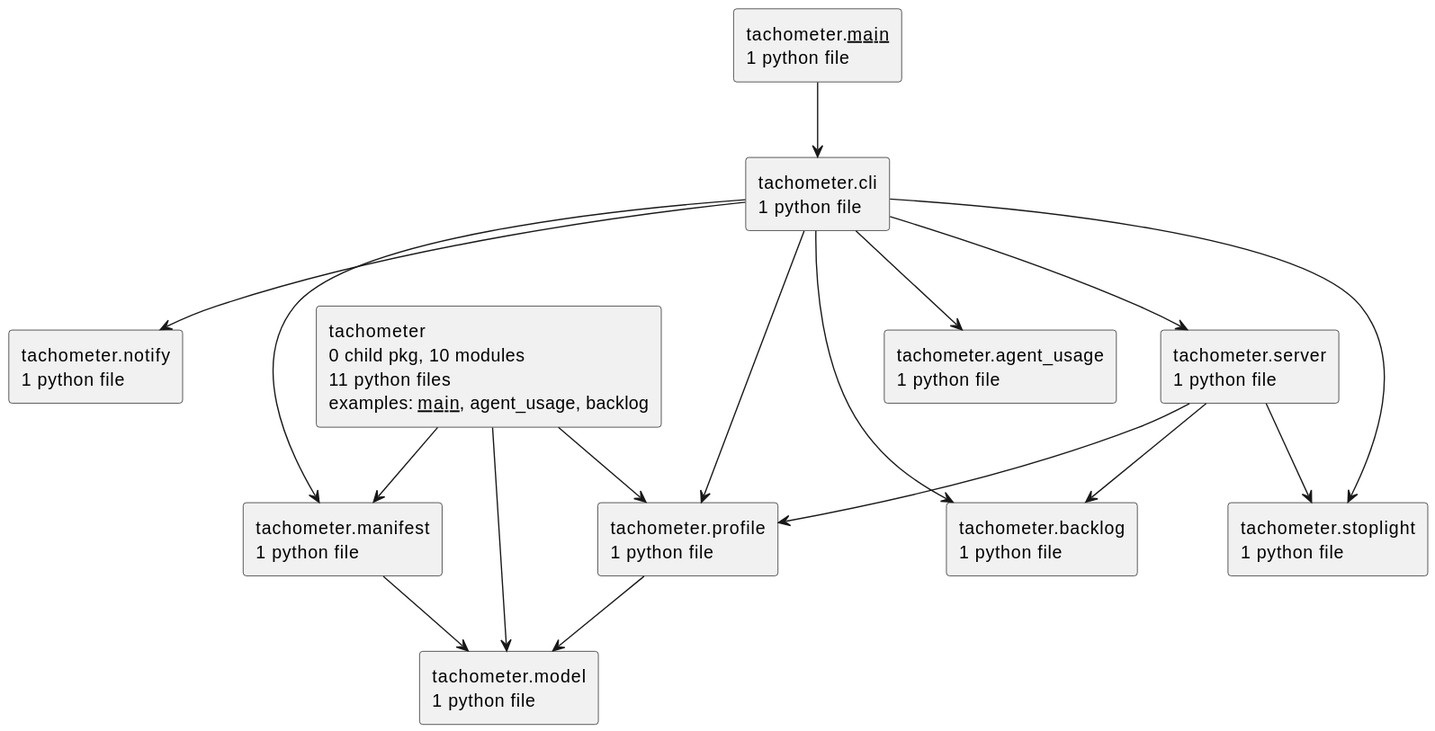
Above: docs/diagrams/python-packages.puml.svg in casonk/tachometer (PlantUML), before the change.
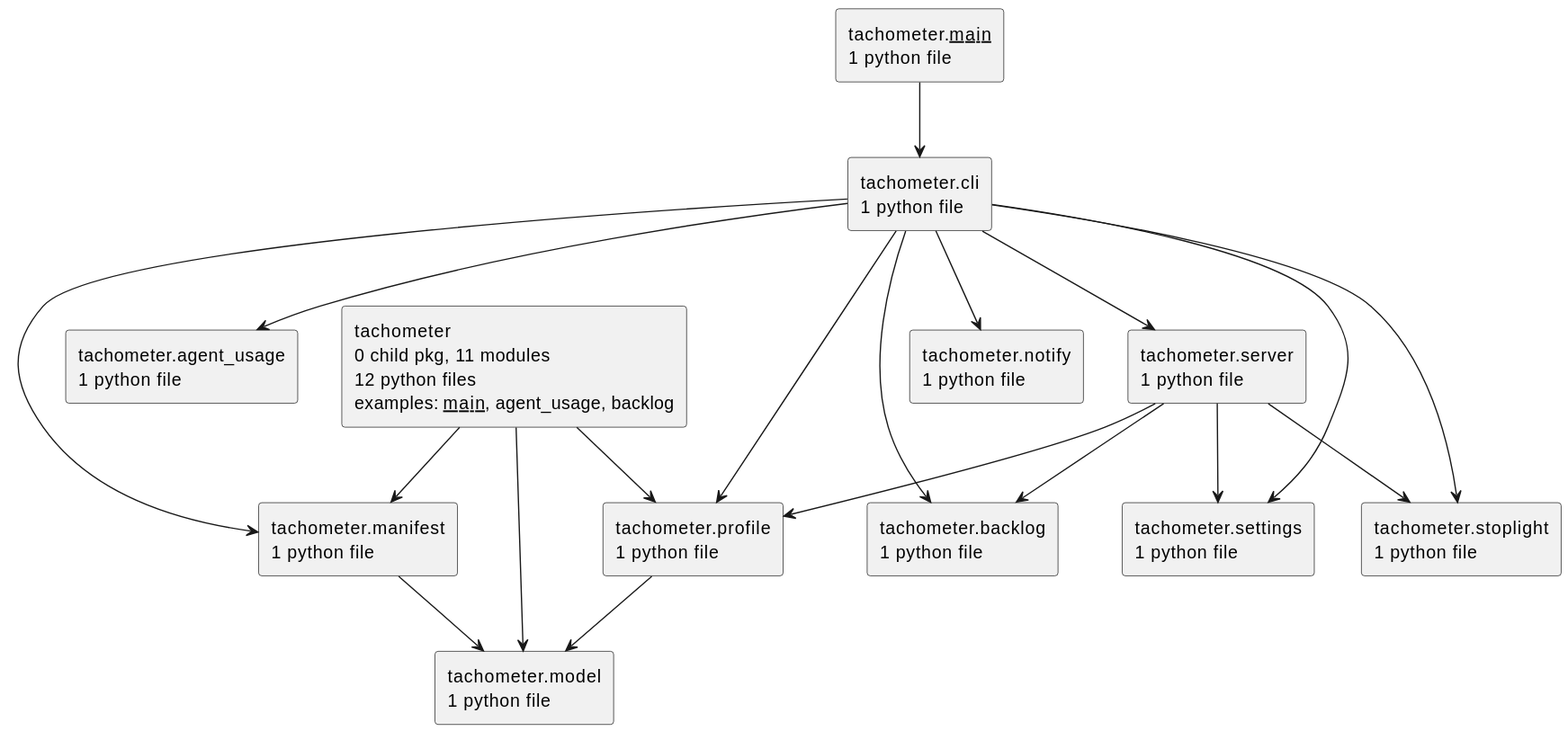
After the change.

Diff of the diagram source:
```diff
@@ -2,7 +2,7 @@
 set namespaceSeparator none
 top to bottom direction
 skinparam componentStyle rectangle
-rectangle "tachometer\n0 child pkg, 10 modules\n11 python files\nexamples: __main__, agent_usage, backlog" as tachometer
+rectangle "tachometer\n0 child pkg, 11 modules\n12 python files\nexamples: __main__, agent_usage, backlog" as tachometer
 rectangle "tachometer.__main__\n1 python file" as tachometer.__main__
 rectangle "tachometer.agent_usage\n1 python file" as tachometer.agent_usage
 rectangle "tachometer.backlog\n1 python file" as tachometer.backlog
@@ -12,6 +12,7 @@
 rectangle "tachometer.notify\n1 python file" as tachometer.notify
 rectangle "tachometer.profile\n1 python file" as tachometer.profile
 rectangle "tachometer.server\n1 python file" as tachometer.server
+rectangle "tachometer.settings\n1 python file" as tachometer.settings
 rectangle "tachometer.stoplight\n1 python file" as tachometer.stoplight
 tachometer --> tachometer.manifest
 tachometer --> tachometer.model
@@ -23,10 +24,12 @@
 tachometer.cli --> tachometer.notify
 tachometer.cli --> tachometer.profile
 tachometer.cli --> tachometer.server
+tachometer.cli --> tachometer.settings
 tachometer.cli --> tachometer.stoplight
 tachometer.manifest --> tachometer.model
 tachometer.profile --> tachometer.model
 tachometer.server --> tachometer.backlog
 tachometer.server --> tachometer.profile
+tachometer.server --> tachometer.settings
 tachometer.server --> tachometer.stoplight
 @enduml
```
